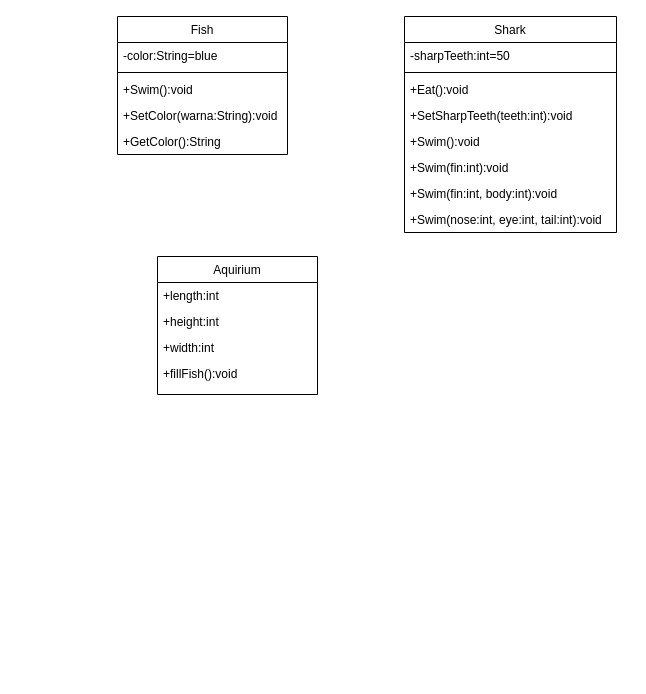
aiin-syafikah/Week-2 keeps this draw.io diagram as Exercise1ClassDiagram.drawio. Above is the earlier version. Source tidied: cells renumbered, new cells numbered last; positions are measured from the earlier drawing's top-left corner, leaving out a move shared by most shapes. Both pictures are drawn from the tidied source at 100%, with x=0, y=0 at pixel (117, 16).
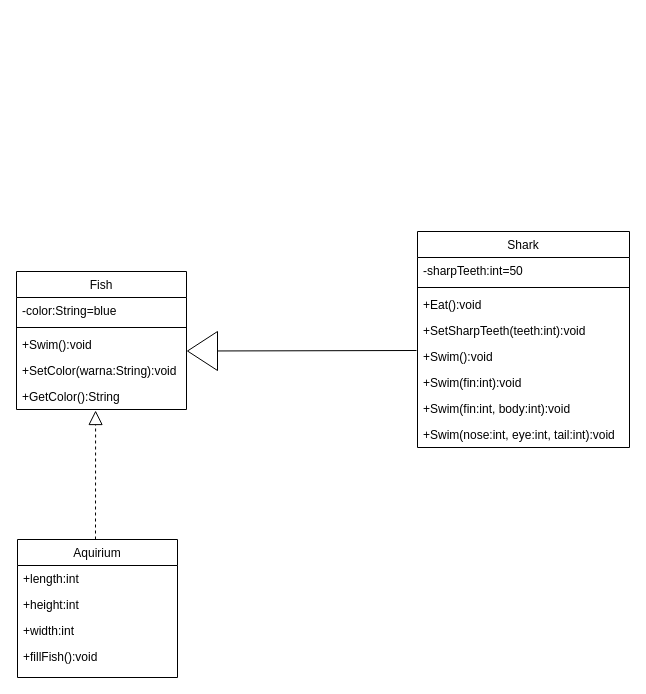
Above is the later version.

Diff of the diagram source:
```diff
@@
     <mxCell id="2" value="Fish" style="swimlane;fontStyle=0;align=center;verticalAlign=top;horizontal=1;startSize=26;rounded=0;shadow=0;strokeWidth=1;" parent="1" vertex="1">
-      <mxGeometry width="170" height="138" as="geometry" />
+      <mxGeometry x="-101" y="255" width="170" height="138" as="geometry" />
     </mxCell>
@@
+    <mxCell id="22" style="endArrow=none;html=1;entryX=0.047;entryY=0.308;entryDx=0;entryDy=0;entryPerimeter=0;" parent="1" edge="1" source="23">
+      <mxGeometry relative="1" as="geometry">
+        <mxPoint x="299" y="334" as="targetPoint" />
+      </mxGeometry>
+    </mxCell>
     <mxCell id="8" value="Shark" style="swimlane;fontStyle=0;align=center;verticalAlign=top;horizontal=1;startSize=26;rounded=0;shadow=0;strokeWidth=1;" parent="1" vertex="1">
-      <mxGeometry x="287" width="212" height="216" as="geometry" />
+      <mxGeometry x="300" y="215" width="212" height="216" as="geometry" />
     </mxCell>
@@
     <mxCell id="17" value="Aquirium" style="swimlane;fontStyle=0;align=center;verticalAlign=top;horizontal=1;startSize=26;rounded=0;shadow=0;strokeWidth=1;" parent="1" vertex="1">
-      <mxGeometry x="40" y="240" width="160" height="138" as="geometry" />
+      <mxGeometry x="-100" y="523" width="160" height="138" as="geometry" />
     </mxCell>
@@
+    <mxCell id="23" style="triangle;whiteSpace=wrap;html=1;rotation=-180;" parent="1" vertex="1">
+      <mxGeometry x="70" y="315" width="30" height="39" as="geometry" />
+    </mxCell>
+    <mxCell id="24" style="endArrow=block;dashed=1;endFill=0;endSize=12;html=1;exitX=0.5;exitY=0;exitDx=0;exitDy=0;entryX=0.471;entryY=1.077;entryDx=0;entryDy=0;entryPerimeter=0;" parent="1" edge="1">
+      <mxGeometry relative="1" as="geometry">
+        <mxPoint x="-22" y="523" as="sourcePoint" />
+        <mxPoint x="-21.9" y="394" as="targetPoint" />
+      </mxGeometry>
+    </mxCell>
```
